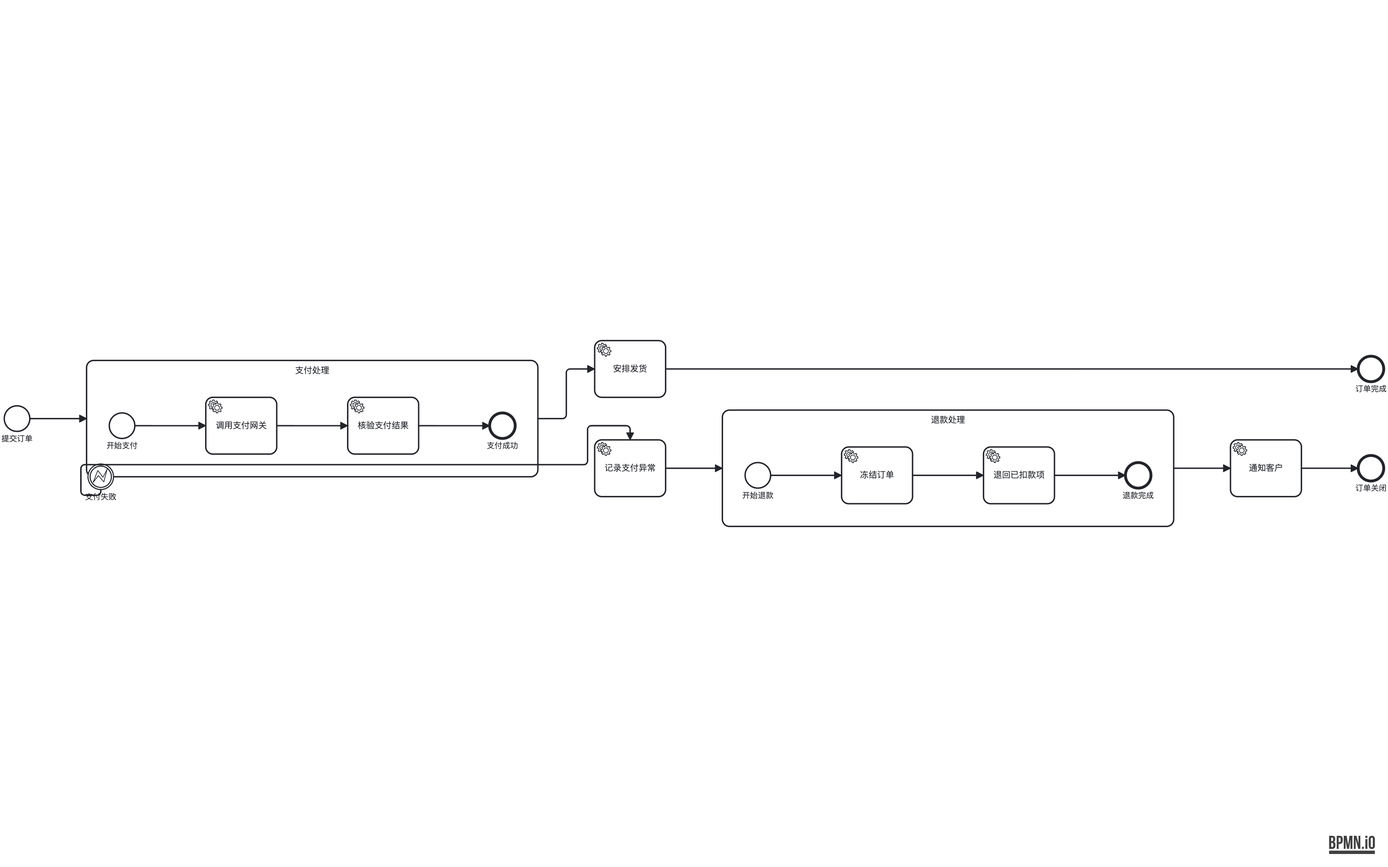
LcpMarvel/tramito-layout keeps this BPMN diagram as out-bpmn-png/77-boundary-handler-with-subprocess.png. Above is the earlier version. Its source is kept beside it as out-xml/77-boundary-handler-with-subprocess.bpmn. Ids are renumbered.
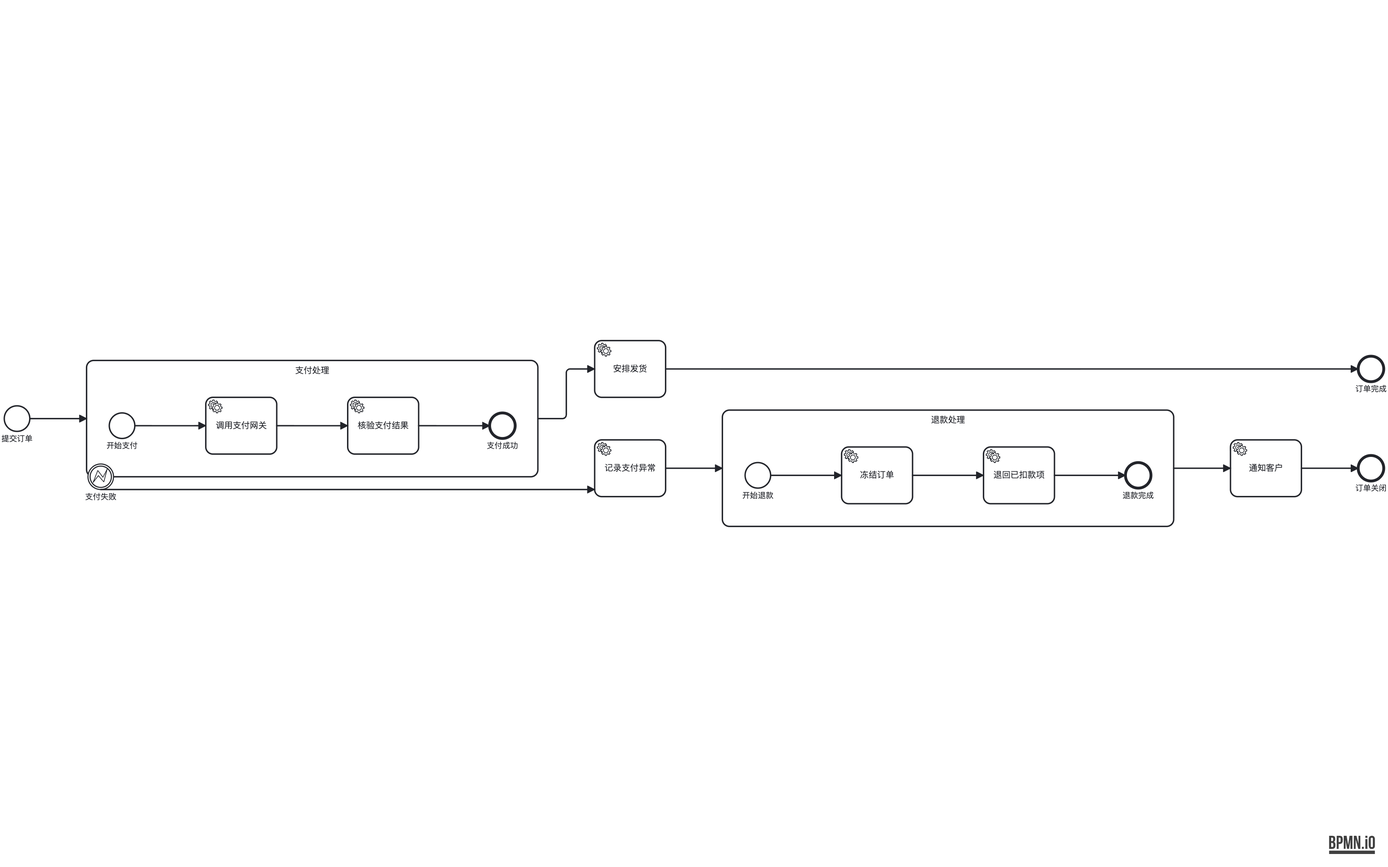
The same file after the commit.

The edit, as a diff of the source:
```diff
@@ -196,10 +196,7 @@
       </bpmndi:BPMNEdge>
       <bpmndi:BPMNEdge id="handler_flow_1_di" bpmnElement="handler_flow_1">
         <di:waypoint x="198" y="242" />
-        <di:waypoint x="198" y="264" />
-        <di:waypoint x="198" y="272" />
-        <di:waypoint x="944" y="272" />
-        <di:waypoint x="944" y="252" />
+        <di:waypoint x="894" y="242" />
       </bpmndi:BPMNEdge>
       <bpmndi:BPMNEdge id="handler_flow_2_di" bpmnElement="handler_flow_2">
         <di:waypoint x="994" y="212" />
```
